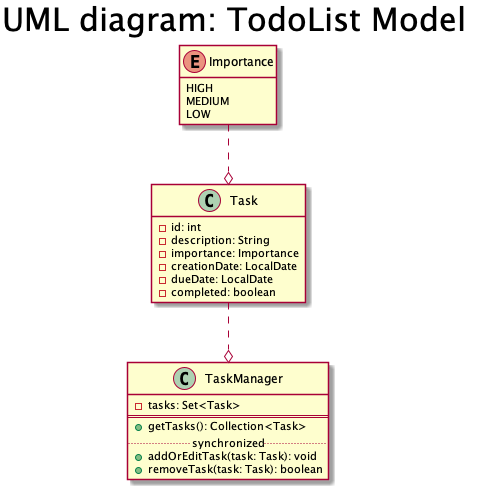
This is uml/uml-model.png from melvinmajor/TodoList, a PlantUML export, as it was before one commit.
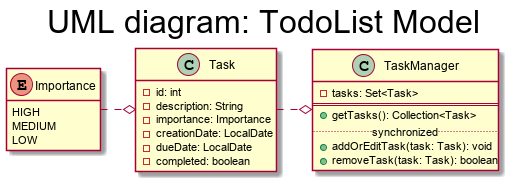
Later version of the same file.

Commit message:
Update UML Model

Diff of the diagram source:
```diff
@@ -33,9 +33,8 @@
     + removeTask(task: Task): boolean
 }
 
-Importance ..o Task
-
-Task ..o TaskManager
+Importance .left.o Task
+TaskManager o.left. Task
 
 
 
```
